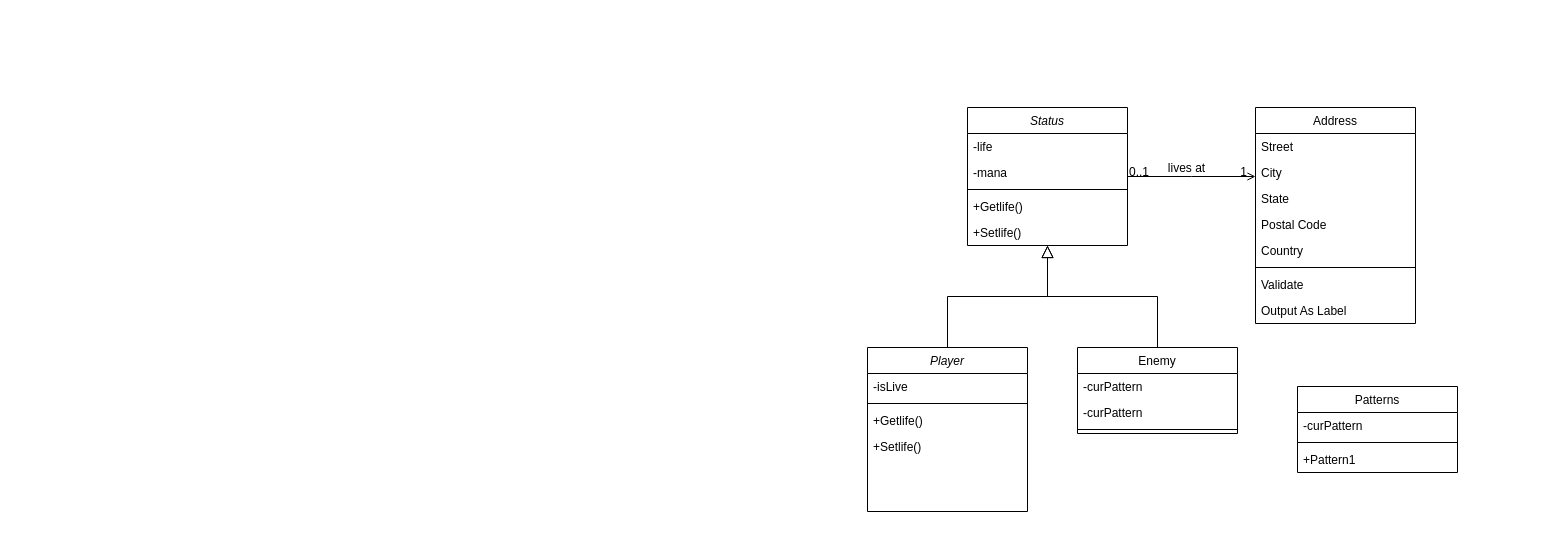
Before: 제목 없는 다이어그램.drawio in hu4nana/ClassIdeas, a draw.io diagram. Source tidied: cells renumbered, new cells numbered last; positions are measured from the earlier drawing's top-left corner, leaving out a move shared by most shapes. Both pictures are drawn from the tidied source at 100%, with x=0, y=0 at pixel (867, 107).
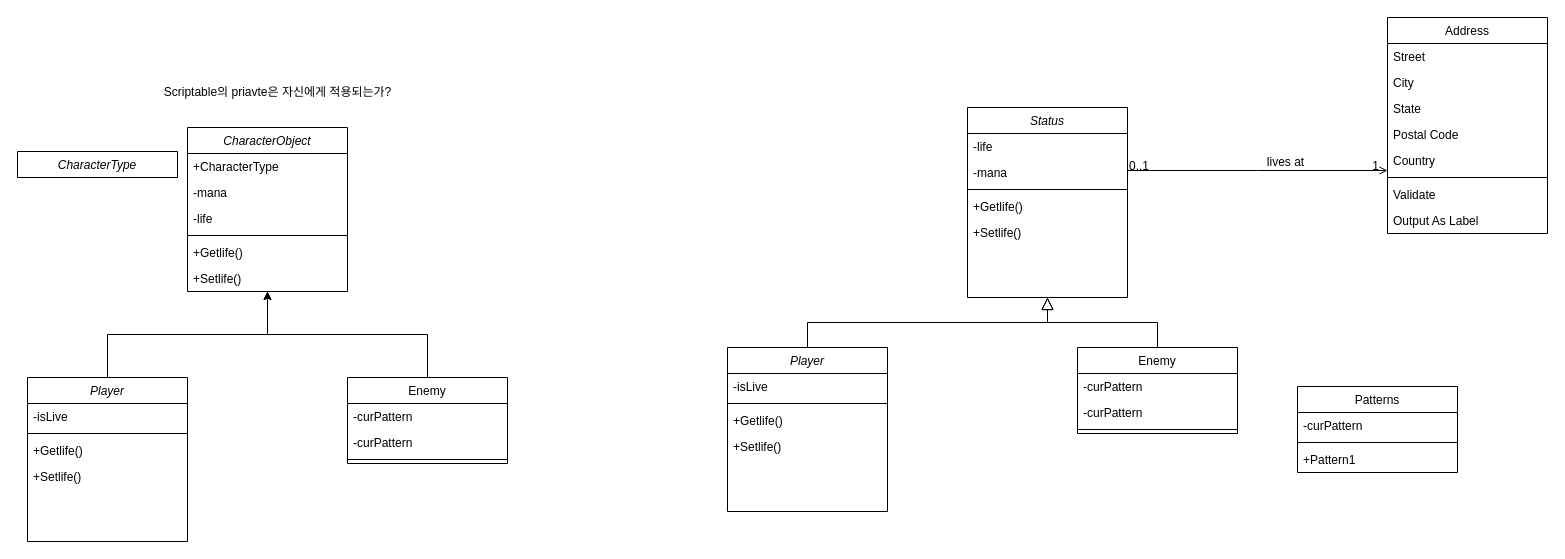
The same diagram, later.

Commit message:
제목 없는 다이어그램.drawio 업데이트

Change to the diagram source:
```diff
@@
     <mxCell id="2" value="Status" style="swimlane;fontStyle=2;align=center;verticalAlign=top;horizontal=1;startSize=26;rounded=0;shadow=0;strokeWidth=1;" parent="1" vertex="1">
-      <mxGeometry x="100" width="160" height="138" as="geometry" />
+      <mxGeometry x="100" width="160" height="190" as="geometry" />
     </mxCell>
@@
     <mxCell id="14" value="Address" style="swimlane;fontStyle=0;align=center;verticalAlign=top;horizontal=1;startSize=26;rounded=0;shadow=0;strokeWidth=1;" parent="1" vertex="1">
-      <mxGeometry x="388" width="160" height="216" as="geometry" />
+      <mxGeometry x="520" y="-90" width="160" height="216" as="geometry" />
     </mxCell>
@@
     <mxCell id="27" value="Player" style="swimlane;fontStyle=2;align=center;verticalAlign=top;horizontal=1;startSize=26;rounded=0;shadow=0;strokeWidth=1;" parent="1" vertex="1">
-      <mxGeometry y="240" width="160" height="164" as="geometry" />
+      <mxGeometry x="-140" y="240" width="160" height="164" as="geometry" />
     </mxCell>
@@
+    <mxCell id="36" value="CharacterObject" style="swimlane;fontStyle=2;align=center;verticalAlign=top;horizontal=1;startSize=26;rounded=0;shadow=0;strokeWidth=1;" parent="1" vertex="1">
+      <mxGeometry x="-680" y="20" width="160" height="164" as="geometry" />
+    </mxCell>
+    <mxCell id="37" value="+CharacterType" style="text;align=left;verticalAlign=top;spacingLeft=4;spacingRight=4;overflow=hidden;" parent="36" vertex="1">
+      <mxGeometry y="26" width="160" height="26" as="geometry" />
+    </mxCell>
+    <mxCell id="38" value="-mana" style="text;align=left;verticalAlign=top;spacingLeft=4;spacingRight=4;overflow=hidden;rounded=0;shadow=0;html=0;" parent="36" vertex="1">
+      <mxGeometry y="52" width="160" height="26" as="geometry" />
+    </mxCell>
+    <mxCell id="39" value="-life" style="text;align=left;verticalAlign=top;spacingLeft=4;spacingRight=4;overflow=hidden;" parent="36" vertex="1">
+      <mxGeometry y="78" width="160" height="26" as="geometry" />
+    </mxCell>
+    <mxCell id="40" style="line;html=1;strokeWidth=1;align=left;verticalAlign=middle;spacingTop=-1;spacingLeft=3;spacingRight=3;labelPosition=right;" parent="36" vertex="1">
+      <mxGeometry y="104" width="160" height="8" as="geometry" />
+    </mxCell>
+    <mxCell id="41" value="+Getlife()" style="text;align=left;verticalAlign=top;spacingLeft=4;spacingRight=4;overflow=hidden;" parent="36" vertex="1">
+      <mxGeometry y="112" width="160" height="26" as="geometry" />
+    </mxCell>
+    <mxCell id="42" value="+Setlife()" style="text;align=left;verticalAlign=top;spacingLeft=4;spacingRight=4;overflow=hidden;" parent="36" vertex="1">
+      <mxGeometry y="138" width="160" height="26" as="geometry" />
+    </mxCell>
+    <mxCell id="43" value="CharacterType" style="swimlane;fontStyle=2;align=center;verticalAlign=top;horizontal=1;startSize=26;rounded=0;shadow=0;strokeWidth=1;" parent="1" vertex="1" collapsed="1">
+      <mxGeometry x="-850" y="44" width="160" height="26" as="geometry" />
+    </mxCell>
+    <mxCell id="44" style="edgeStyle=orthogonalEdgeStyle;rounded=0;jettySize=auto;html=1;entryX=0.5;entryY=1;entryDx=0;entryDy=0;exitX=0.5;exitY=0;exitDx=0;exitDy=0;" parent="1" edge="1" source="45" target="36">
+      <mxGeometry relative="1" as="geometry" />
+    </mxCell>
+    <mxCell id="45" value="Player" style="swimlane;fontStyle=2;align=center;verticalAlign=top;horizontal=1;startSize=26;rounded=0;shadow=0;strokeWidth=1;" parent="1" vertex="1">
+      <mxGeometry x="-840" y="270" width="160" height="164" as="geometry" />
+    </mxCell>
+    <mxCell id="46" value="-isLive" style="text;align=left;verticalAlign=top;spacingLeft=4;spacingRight=4;overflow=hidden;" parent="45" vertex="1">
+      <mxGeometry y="26" width="160" height="26" as="geometry" />
+    </mxCell>
+    <mxCell id="47" style="line;html=1;strokeWidth=1;align=left;verticalAlign=middle;spacingTop=-1;spacingLeft=3;spacingRight=3;labelPosition=right;" parent="45" vertex="1">
+      <mxGeometry y="52" width="160" height="8" as="geometry" />
+    </mxCell>
+    <mxCell id="48" value="+Getlife()" style="text;align=left;verticalAlign=top;spacingLeft=4;spacingRight=4;overflow=hidden;" parent="45" vertex="1">
+      <mxGeometry y="60" width="160" height="26" as="geometry" />
+    </mxCell>
+    <mxCell id="49" value="+Setlife()" style="text;align=left;verticalAlign=top;spacingLeft=4;spacingRight=4;overflow=hidden;" parent="45" vertex="1">
+      <mxGeometry y="86" width="160" height="26" as="geometry" />
+    </mxCell>
+    <mxCell id="50" style="edgeStyle=orthogonalEdgeStyle;rounded=0;jettySize=auto;html=1;entryX=0.5;entryY=1;entryDx=0;entryDy=0;exitX=0.5;exitY=0;exitDx=0;exitDy=0;" parent="1" edge="1" source="51" target="36">
+      <mxGeometry relative="1" as="geometry" />
+    </mxCell>
+    <mxCell id="51" value="Enemy" style="swimlane;fontStyle=0;align=center;verticalAlign=top;horizontal=1;startSize=26;rounded=0;shadow=0;strokeWidth=1;" parent="1" vertex="1">
+      <mxGeometry x="-520" y="270" width="160" height="86" as="geometry" />
+    </mxCell>
+    <mxCell id="52" value="-curPattern" style="text;align=left;verticalAlign=top;spacingLeft=4;spacingRight=4;overflow=hidden;" parent="51" vertex="1">
+      <mxGeometry y="26" width="160" height="26" as="geometry" />
+    </mxCell>
+    <mxCell id="53" value="-curPattern" style="text;align=left;verticalAlign=top;spacingLeft=4;spacingRight=4;overflow=hidden;" parent="51" vertex="1">
+      <mxGeometry y="52" width="160" height="26" as="geometry" />
+    </mxCell>
+    <mxCell id="54" style="line;html=1;strokeWidth=1;align=left;verticalAlign=middle;spacingTop=-1;spacingLeft=3;spacingRight=3;labelPosition=right;" parent="51" vertex="1">
+      <mxGeometry y="78" width="160" height="8" as="geometry" />
+    </mxCell>
+    <mxCell id="55" value="Scriptable의 priavte은 자신에게 적용되는가?" style="text;html=1;align=center;verticalAlign=middle;strokeColor=none;fillColor=none;" parent="1" vertex="1">
+      <mxGeometry x="-720" y="-30" width="260" height="30" as="geometry" />
+    </mxCell>
```
